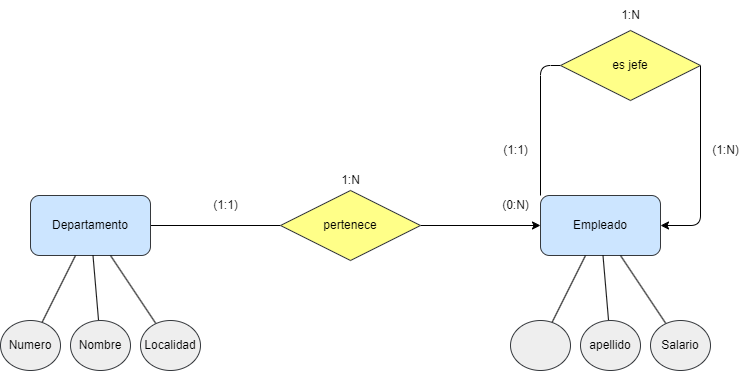
Before: BAE/Tareas/Unidad1/Images/ejercicio1.6.drawio.png, a diagram exported from draw.io (ResetMeNow/DAW). Source tidied: cells renumbered, new cells last; positions are measured from the earlier drawing's top-left corner, leaving out a move shared by most shapes.
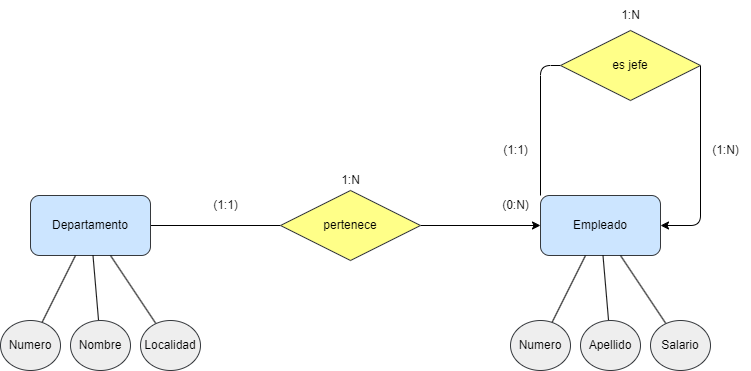
The same diagram one commit later.

Diff of the diagram source:
```diff
@@ -56,13 +56,13 @@
     <mxCell id="16" style="edgeStyle=none;html=1;endArrow=none;endFill=0;" parent="1" edge="1" source="17" target="5">
       <mxGeometry relative="1" as="geometry" />
     </mxCell>
-    <mxCell id="17" style="ellipse;whiteSpace=wrap;html=1;fillColor=#eeeeee;strokeColor=#36393d;" parent="1" vertex="1">
+    <mxCell id="17" value="Numero" style="ellipse;whiteSpace=wrap;html=1;fillColor=#eeeeee;strokeColor=#36393d;" parent="1" vertex="1">
       <mxGeometry x="510" y="320" width="60" height="50" as="geometry" />
     </mxCell>
     <mxCell id="18" style="edgeStyle=none;html=1;endArrow=none;endFill=0;" parent="1" edge="1" source="19" target="5">
       <mxGeometry relative="1" as="geometry" />
     </mxCell>
-    <mxCell id="19" value="apellido" style="ellipse;whiteSpace=wrap;html=1;fillColor=#eeeeee;strokeColor=#36393d;" parent="1" vertex="1">
+    <mxCell id="19" value="Apellido" style="ellipse;whiteSpace=wrap;html=1;fillColor=#eeeeee;strokeColor=#36393d;" parent="1" vertex="1">
       <mxGeometry x="580" y="320" width="60" height="50" as="geometry" />
     </mxCell>
     <mxCell id="20" style="edgeStyle=none;html=1;endArrow=none;endFill=0;" parent="1" edge="1" source="21" target="5">
```
